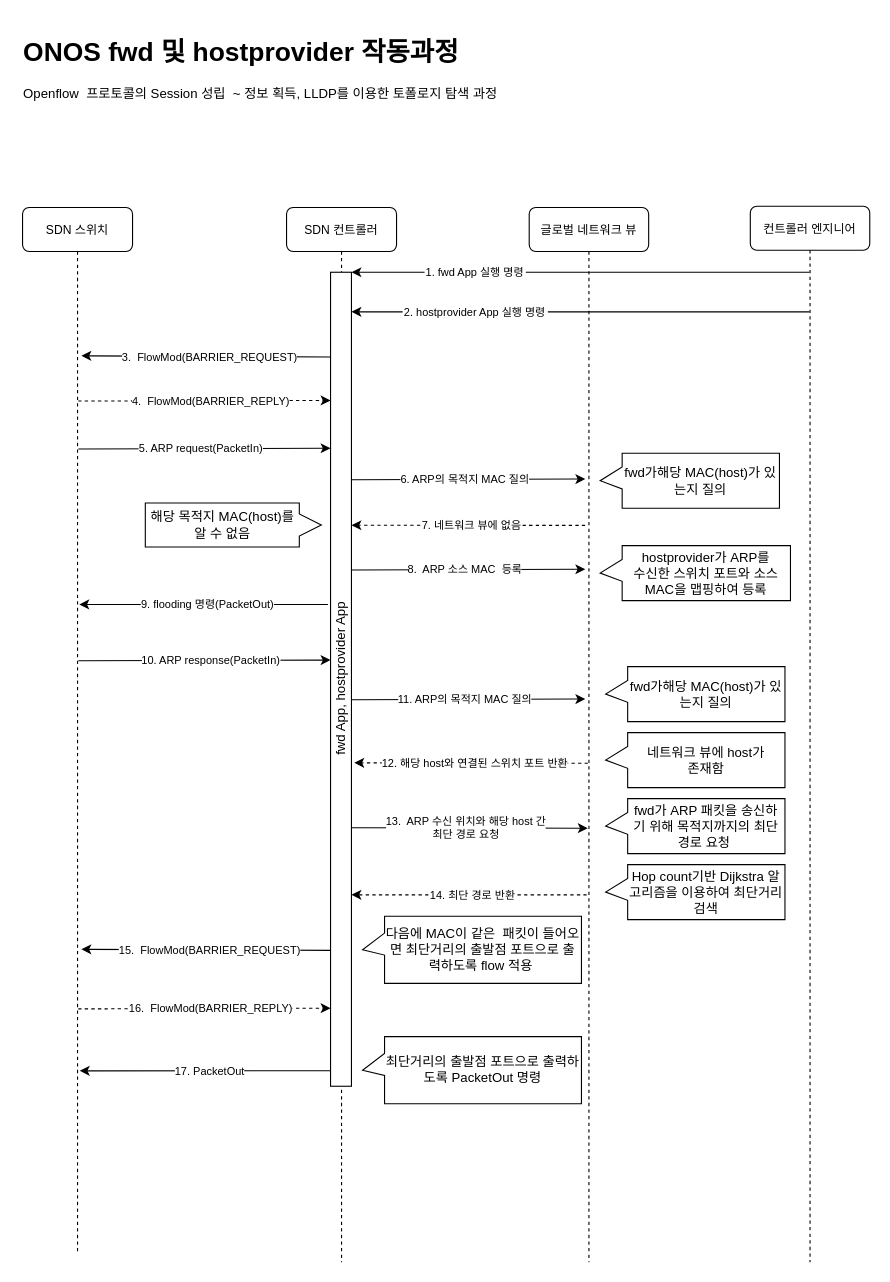
Before: page "시퀸스 다이어그램" (2 of 5) of fwd.drawio in gameLoading/blank__-, a draw.io diagram. Source tidied: cells renumbered, new cells numbered last; positions are measured from the earlier drawing's top-left corner, leaving out a move shared by most shapes. Both pictures are drawn from the tidied source at 110%, with x=0, y=0 at pixel (18, 30).
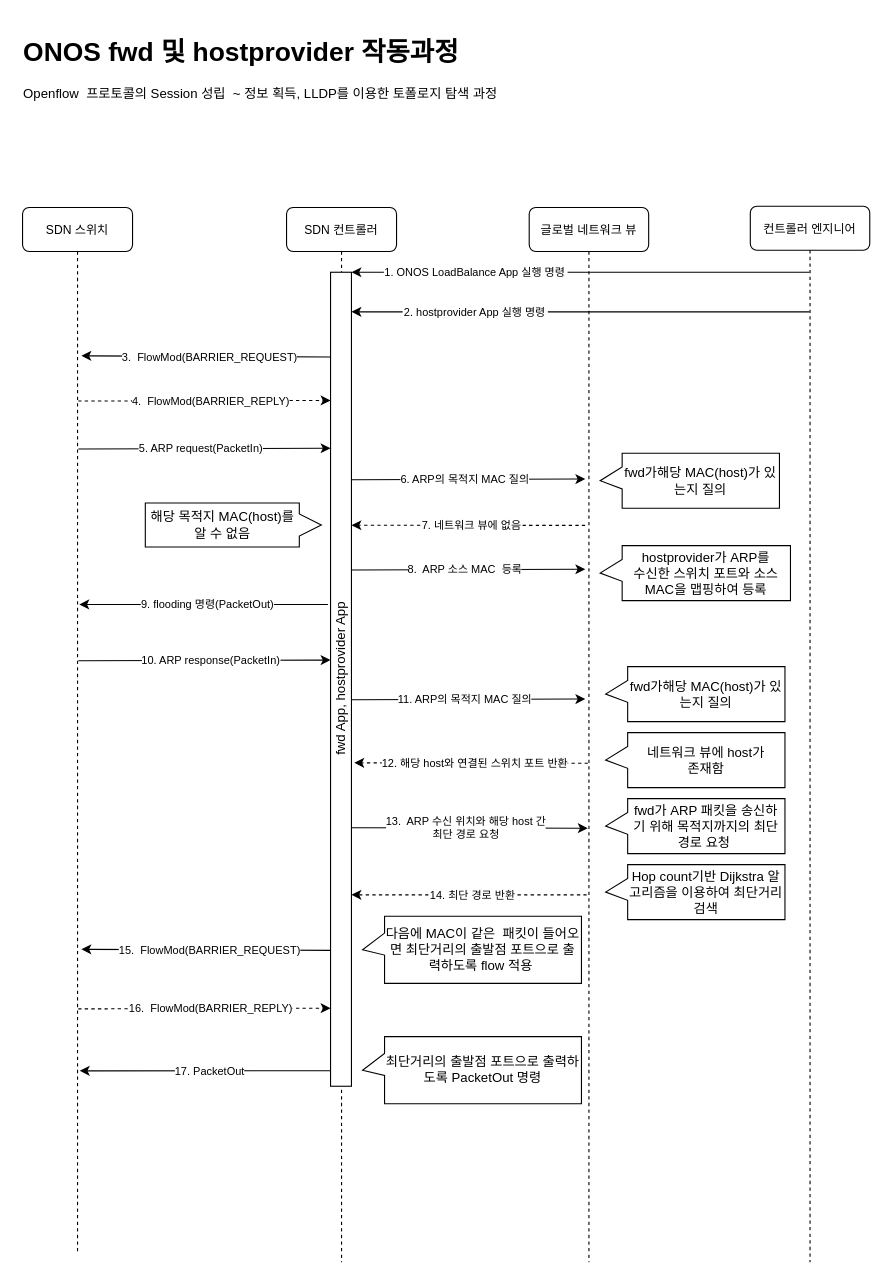
The same page after the edit.

Unchanged cells that the change refers to:
```xml
<mxCell id="4" value="컨트롤러 엔지니어" style="shape=umlLifeline;perimeter=lifelinePerimeter;shadow=0;strokeWidth=1;rounded=1;fontSize=11;" parent="1" vertex="1">
  <mxGeometry x="665.6" y="160" width="108.6" height="960" as="geometry" />
</mxCell>
<mxCell id="6" value="fwd App, hostprovider App" style="whiteSpace=wrap;html=1;rounded=0;glass=0;horizontal=0;align=center;arcSize=24;" parent="1" vertex="1">
  <mxGeometry x="284" y="220" width="19" height="740" as="geometry" />
</mxCell>
```

The edit, as a diff of the source:
```diff
@@
-    <mxCell id="7" value="1. fwd App 실행 명령" style="endArrow=classic;curved=1;entryX=1;entryY=0;entryDx=0;entryDy=0;fontSize=10;labelBorderColor=#FFFFFF;labelBackgroundColor=#FFFFFF;" parent="1" edge="1" source="4" target="6">
+    <mxCell id="7" value="1. ONOS LoadBalance App 실행 명령" style="endArrow=classic;curved=1;entryX=1;entryY=0;entryDx=0;entryDy=0;fontSize=10;labelBorderColor=#FFFFFF;labelBackgroundColor=#FFFFFF;" parent="1" edge="1" source="4" target="6">
       <mxGeometry x="0.46" relative="1" as="geometry" />
     </mxCell>
```
